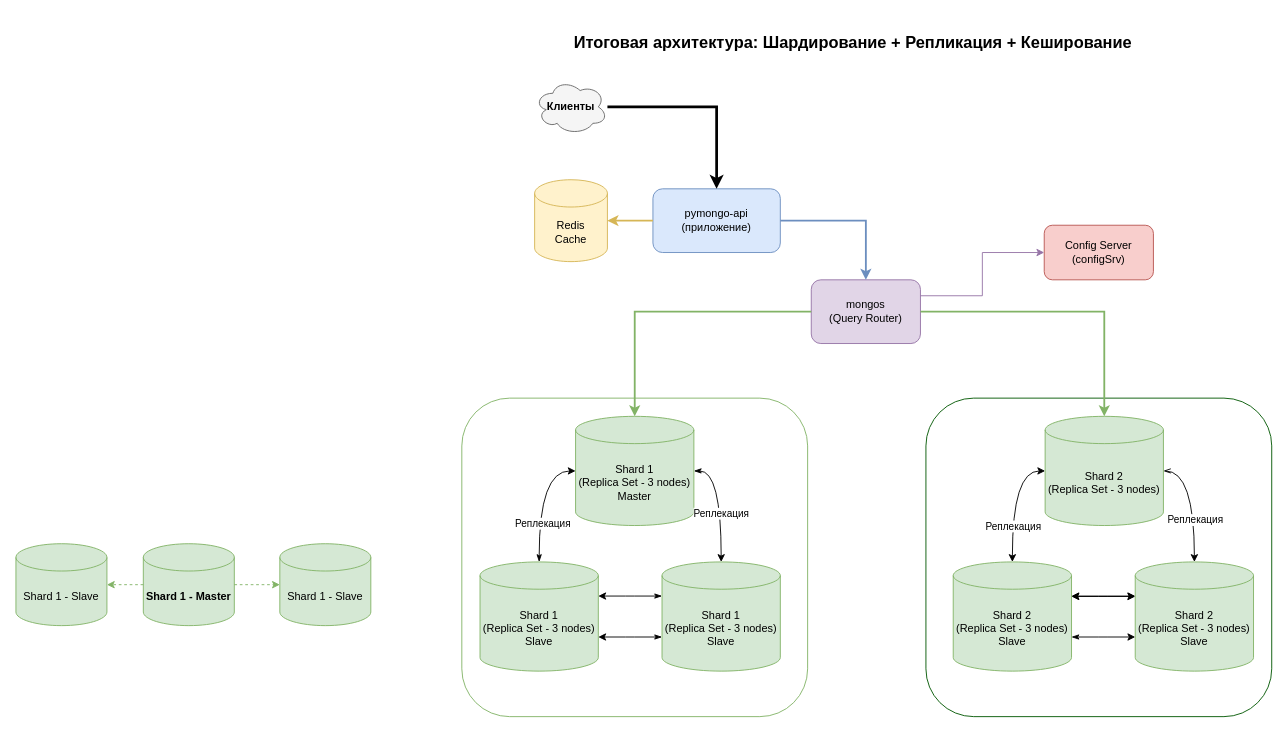
This is task1.drawio from andruschenco/architecture-pro-black_friday, a draw.io file, before an edit. Source tidied: cells renumbered, new cells numbered last; positions are measured from the earlier drawing's top-left corner, leaving out a move shared by most shapes. Both pictures are drawn from the tidied source at 91%, with x=0, y=0 at pixel (15, 15).
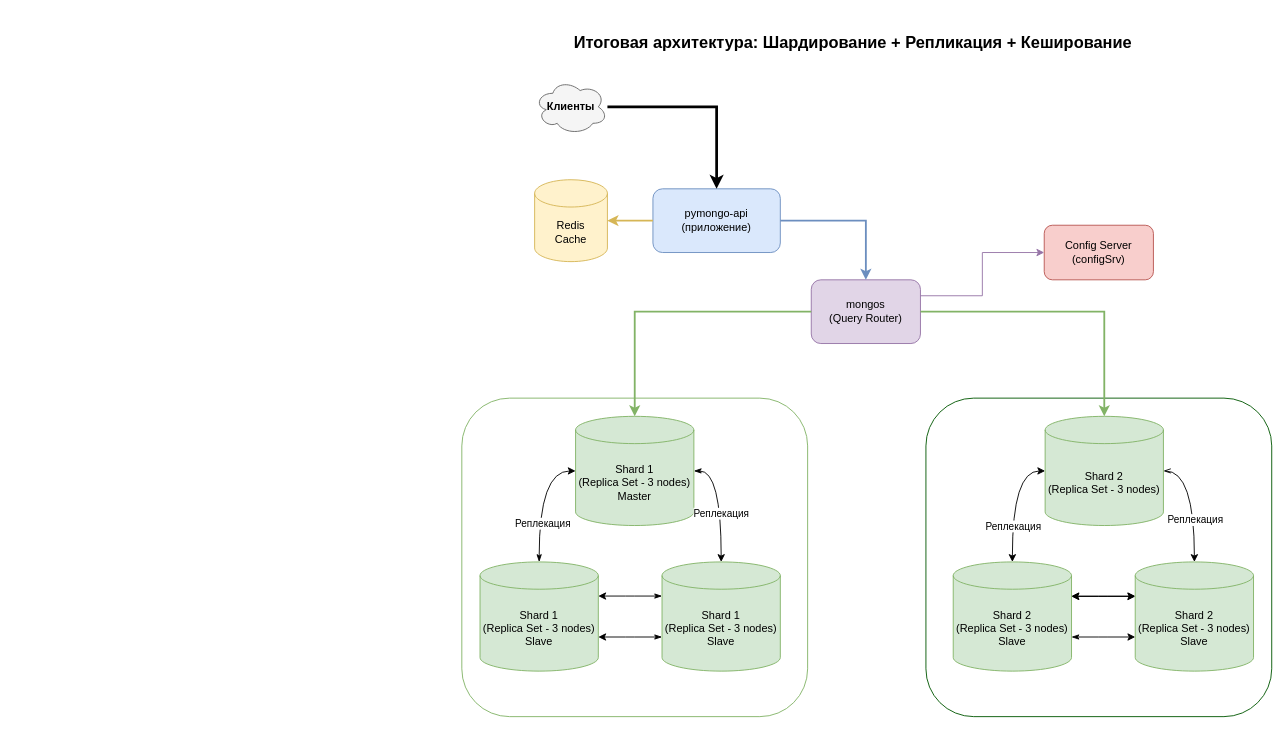
The same diagram, later.

Diff of the diagram source:
```diff
@@
-    <mxCell id="35" value="Shard 1 - Master" style="shape=cylinder3;whiteSpace=wrap;html=1;boundedLbl=1;backgroundOutline=1;size=15;fillColor=#d5e8d4;strokeColor=#82b366;fontStyle=1;" parent="1" vertex="1">
-      <mxGeometry x="140" y="580" width="100" height="90" as="geometry" />
-    </mxCell>
-    <mxCell id="36" value="Shard 1 - Slave" style="shape=cylinder3;whiteSpace=wrap;html=1;boundedLbl=1;backgroundOutline=1;size=15;fillColor=#d5e8d4;strokeColor=#82b366;" parent="1" vertex="1">
-      <mxGeometry y="580" width="100" height="90" as="geometry" />
-    </mxCell>
-    <mxCell id="37" value="Shard 1 - Slave" style="shape=cylinder3;whiteSpace=wrap;html=1;boundedLbl=1;backgroundOutline=1;size=15;fillColor=#d5e8d4;strokeColor=#82b366;" parent="1" vertex="1">
-      <mxGeometry x="290" y="580" width="100" height="90" as="geometry" />
-    </mxCell>
-    <mxCell id="38" style="edgeStyle=orthogonalEdgeStyle;rounded=0;jettySize=auto;html=1;strokeWidth=1;strokeColor=#82b366;dashed=1;" parent="1" edge="1" source="35" target="36">
-      <mxGeometry relative="1" as="geometry" />
-    </mxCell>
-    <mxCell id="39" style="edgeStyle=orthogonalEdgeStyle;rounded=0;jettySize=auto;html=1;strokeWidth=1;strokeColor=#82b366;dashed=1;" parent="1" edge="1" source="35" target="37">
-      <mxGeometry relative="1" as="geometry" />
-    </mxCell>
```
